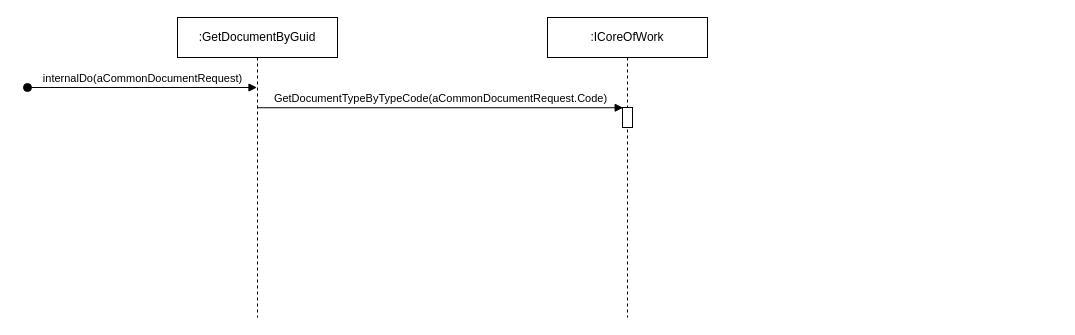
davyd0ff/so-line-grls keeps this draw.io diagram as Core/DataAcquisition/GetDocumentByGuid.cs/sequence.drawio. Above is the earlier version. Source tidied: cells renumbered, new cells numbered last; positions are measured from the earlier drawing's top-left corner, leaving out a move shared by most shapes. Both pictures are drawn from the tidied source at 100%, with x=0, y=0 at pixel (27, 17).
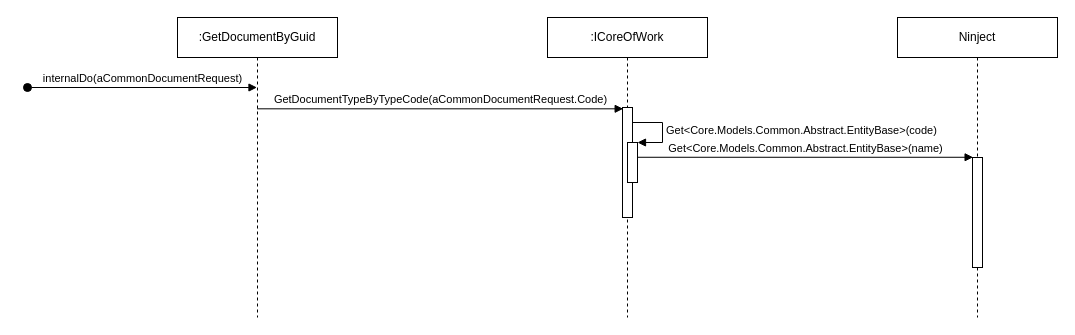
The same page after the edit.

What changed in the source:
```diff
@@
 <mxGraphModel>
   <root>
     <mxCell id="0" />
     <mxCell id="1" parent="0" />
     <mxCell id="2" value=":GetDocumentByGuid" style="shape=umlLifeline;perimeter=lifelinePerimeter;whiteSpace=wrap;html=1;outlineConnect=0;" parent="1" vertex="1">
       <mxGeometry x="150" width="160" height="300" as="geometry" />
     </mxCell>
     <mxCell id="3" value="internalDo(aCommonDocumentRequest)" style="html=1;verticalAlign=bottom;startArrow=oval;startFill=1;endArrow=block;startSize=8;rounded=0;" parent="1" edge="1" target="2">
       <mxGeometry relative="1" as="geometry">
         <mxPoint y="70" as="sourcePoint" />
       </mxGeometry>
     </mxCell>
     <mxCell id="4" value=":ICoreOfWork" style="shape=umlLifeline;perimeter=lifelinePerimeter;whiteSpace=wrap;html=1;" parent="1" vertex="1">
       <mxGeometry x="520" width="160" height="300" as="geometry" />
     </mxCell>
     <mxCell id="5" style="html=1;points=[];perimeter=orthogonalPerimeter;" parent="4" vertex="1">
-      <mxGeometry x="75" y="90" width="10" height="20" as="geometry" />
+      <mxGeometry x="75" y="90" width="10" height="110" as="geometry" />
     </mxCell>
     <mxCell id="6" value="GetDocumentTypeByTypeCode(aCommonDocumentRequest.Code)" style="html=1;verticalAlign=bottom;endArrow=block;rounded=0;entryX=0.068;entryY=0.012;entryDx=0;entryDy=0;entryPerimeter=0;" parent="1" edge="1" source="2" target="5">
       <mxGeometry relative="1" as="geometry" />
     </mxCell>
+    <mxCell id="7" style="html=1;points=[];perimeter=orthogonalPerimeter;" parent="1" vertex="1">
+      <mxGeometry x="600" y="125" width="10" height="40" as="geometry" />
+    </mxCell>
+    <mxCell id="8" value="Get&amp;lt;Core.Models.Common.Abstract.EntityBase&amp;gt;(code)" style="edgeStyle=orthogonalEdgeStyle;html=1;align=left;spacingLeft=2;endArrow=block;rounded=0;entryX=1;entryY=0;" parent="1" edge="1" source="5" target="7">
+      <mxGeometry relative="1" as="geometry">
+        <Array as="points">
+          <mxPoint x="635" y="105" />
+          <mxPoint x="635" y="125" />
+        </Array>
+      </mxGeometry>
+    </mxCell>
+    <mxCell id="9" value="Ninject" style="shape=umlLifeline;perimeter=lifelinePerimeter;whiteSpace=wrap;html=1;" parent="1" vertex="1">
+      <mxGeometry x="870" width="160" height="300" as="geometry" />
+    </mxCell>
+    <mxCell id="10" style="html=1;points=[];perimeter=orthogonalPerimeter;" parent="9" vertex="1">
+      <mxGeometry x="75" y="140" width="10" height="110" as="geometry" />
+    </mxCell>
+    <mxCell id="11" value="Get&amp;lt;Core.Models.Common.Abstract.EntityBase&amp;gt;(name)" style="html=1;verticalAlign=bottom;endArrow=block;rounded=0;entryX=0.06;entryY=-0.002;entryDx=0;entryDy=0;entryPerimeter=0;" parent="1" edge="1" source="7" target="10">
+      <mxGeometry relative="1" as="geometry" />
+    </mxCell>
   </root>
 </mxGraphModel>
```
